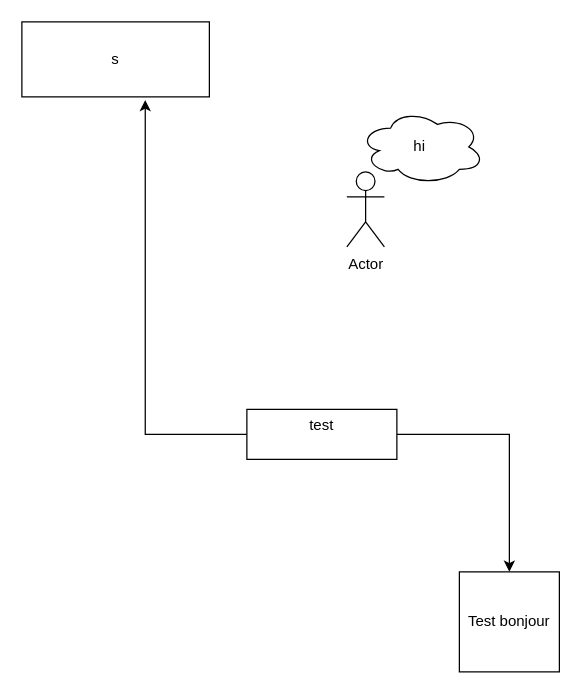
Before: Diagramme sans nom.drawio in HipppB/safeHub, a draw.io diagram. Source tidied: cells renumbered, new cells numbered last; positions are measured from the earlier drawing's top-left corner, leaving out a move shared by most shapes. Both pictures are drawn from the tidied source at 125%, with x=0, y=0 at pixel (21, 21).
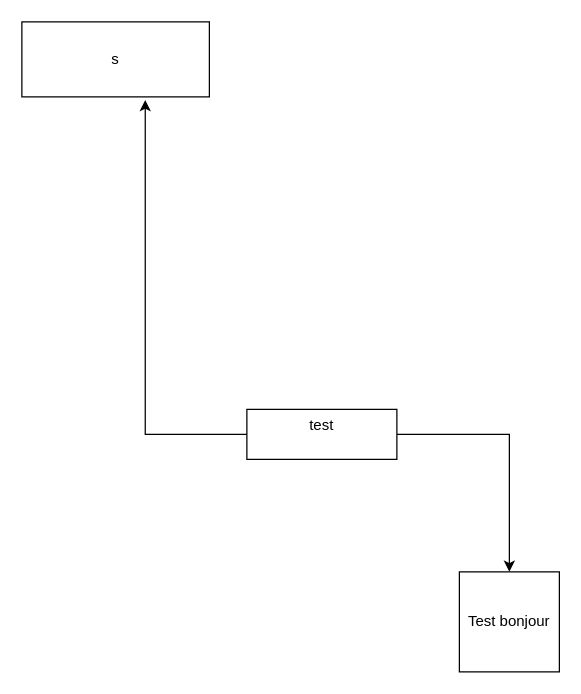
After the change.

The edit, as a diff of the source:
```diff
@@
 <mxGraphModel>
   <root>
     <mxCell id="0" />
     <mxCell id="1" parent="0" />
     <mxCell id="2" style="edgeStyle=orthogonalEdgeStyle;rounded=0;jettySize=auto;html=1;entryX=0.658;entryY=1.042;entryDx=0;entryDy=0;entryPerimeter=0;" parent="1" edge="1" source="4" target="5">
       <mxGeometry relative="1" as="geometry" />
     </mxCell>
     <mxCell id="3" style="edgeStyle=orthogonalEdgeStyle;rounded=0;jettySize=auto;html=1;" parent="1" edge="1" source="4" target="7">
       <mxGeometry relative="1" as="geometry" />
     </mxCell>
     <mxCell id="4" value="&lt;div&gt;test&lt;/div&gt;&lt;div&gt;&lt;br&gt;&lt;/div&gt;" style="rounded=0;whiteSpace=wrap;html=1;" parent="1" vertex="1">
       <mxGeometry x="180" y="310" width="120" height="40" as="geometry" />
     </mxCell>
     <mxCell id="5" value="s" style="rounded=0;whiteSpace=wrap;html=1;" parent="1" vertex="1">
       <mxGeometry width="150" height="60" as="geometry" />
     </mxCell>
-    <mxCell id="6" value="Actor" style="shape=umlActor;verticalLabelPosition=bottom;verticalAlign=top;html=1;" parent="1" vertex="1">
-      <mxGeometry x="260" y="120" width="30" height="60" as="geometry" />
-    </mxCell>
     <mxCell id="7" value="Test bonjour" style="whiteSpace=wrap;html=1;" parent="1" vertex="1">
       <mxGeometry x="350" y="440" width="80" height="80" as="geometry" />
     </mxCell>
-    <mxCell id="8" value="hi&amp;nbsp;" style="ellipse;shape=cloud;whiteSpace=wrap;html=1;" parent="1" vertex="1">
-      <mxGeometry x="270" y="70" width="100" height="60" as="geometry" />
-    </mxCell>
   </root>
 </mxGraphModel>
```
